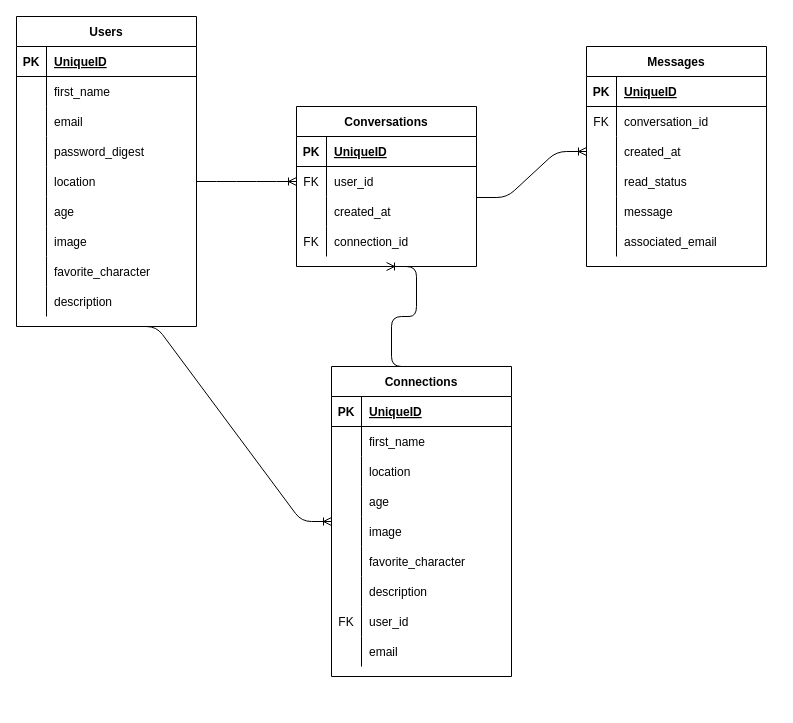
The draw.io diagram ERD.drawio in matt-draghi/mos-nerdley-cantina, before the edit. Source tidied: cells renumbered, new cells numbered last; positions are measured from the earlier drawing's top-left corner, leaving out a move shared by most shapes. Both pictures are drawn from the tidied source at 100%, with x=0, y=0 at pixel (16, 16).
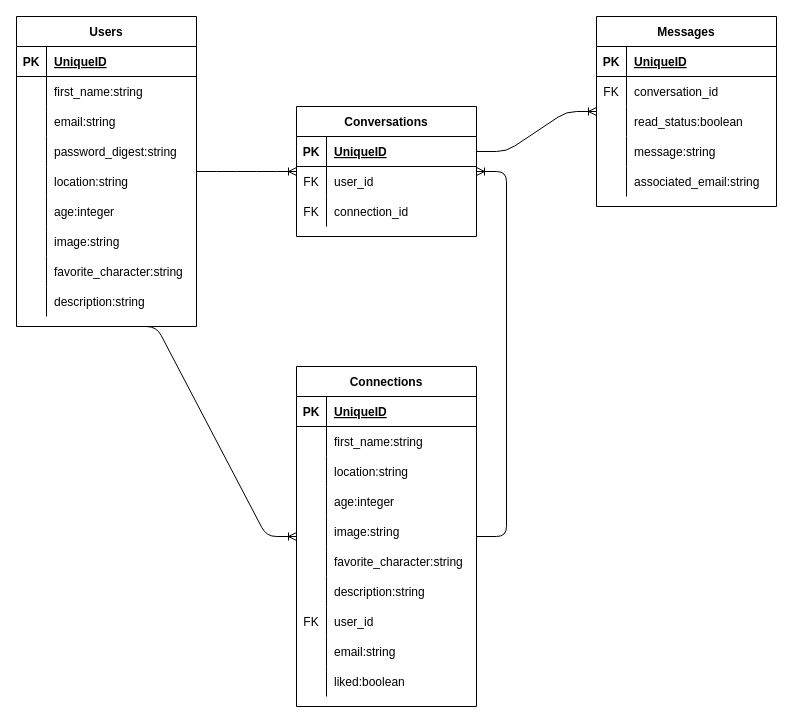
After the change.

Unchanged cells that the change refers to:
```xml
<mxCell id="2" value="Users" style="shape=table;startSize=30;childLayout=tableLayout;rowLines=0;fontStyle=1;align=center;" parent="1" vertex="1">
  <mxGeometry width="180" height="310" as="geometry" />
</mxCell>
<mxCell id="6" style="shape=partialRectangle;fillColor=none;top=0;left=0;bottom=0;right=0;" parent="2" vertex="1">
  <mxGeometry y="60" width="180" height="30" as="geometry" />
</mxCell>
<mxCell id="9" style="shape=partialRectangle;fillColor=none;top=0;left=0;bottom=0;right=0;" parent="2" vertex="1">
  <mxGeometry y="90" width="180" height="30" as="geometry" />
</mxCell>
<mxCell id="12" style="shape=partialRectangle;fillColor=none;top=0;left=0;bottom=0;right=0;" parent="2" vertex="1">
  <mxGeometry y="120" width="180" height="30" as="geometry" />
</mxCell>
<mxCell id="15" style="shape=partialRectangle;fillColor=none;top=0;left=0;bottom=0;right=0;points=[[0,0.5],[1,0.5]];portConstraint=eastwest;" parent="2" vertex="1">
  <mxGeometry y="150" width="180" height="30" as="geometry" />
</mxCell>
<mxCell id="18" style="shape=partialRectangle;fillColor=none;top=0;left=0;bottom=0;right=0;" parent="2" vertex="1">
  <mxGeometry y="180" width="180" height="30" as="geometry" />
</mxCell>
<mxCell id="21" style="shape=partialRectangle;fillColor=none;top=0;left=0;bottom=0;right=0;" parent="2" vertex="1">
  <mxGeometry y="210" width="180" height="30" as="geometry" />
</mxCell>
<mxCell id="24" style="shape=partialRectangle;fillColor=none;top=0;left=0;bottom=0;right=0;" parent="2" vertex="1">
  <mxGeometry y="240" width="180" height="30" as="geometry" />
</mxCell>
<mxCell id="27" style="shape=partialRectangle;fillColor=none;top=0;left=0;bottom=0;right=0;" parent="2" vertex="1">
  <mxGeometry y="270" width="180" height="30" as="geometry" />
</mxCell>
<mxCell id="53" style="shape=partialRectangle;fillColor=none;top=0;left=0;bottom=0;right=0;" parent="49" vertex="1">
  <mxGeometry y="60" width="180" height="30" as="geometry" />
</mxCell>
<mxCell id="56" style="shape=partialRectangle;fillColor=none;top=0;left=0;bottom=0;right=0;" parent="49" vertex="1">
  <mxGeometry y="90" width="180" height="30" as="geometry" />
</mxCell>
<mxCell id="59" style="shape=partialRectangle;fillColor=none;top=0;left=0;bottom=0;right=0;" parent="49" vertex="1">
  <mxGeometry y="120" width="180" height="30" as="geometry" />
</mxCell>
<mxCell id="62" style="shape=partialRectangle;fillColor=none;top=0;left=0;bottom=0;right=0;" parent="49" vertex="1">
  <mxGeometry y="150" width="180" height="30" as="geometry" />
</mxCell>
<mxCell id="65" style="shape=partialRectangle;fillColor=none;top=0;left=0;bottom=0;right=0;" parent="49" vertex="1">
  <mxGeometry y="180" width="180" height="30" as="geometry" />
</mxCell>
<mxCell id="68" style="shape=partialRectangle;fillColor=none;top=0;left=0;bottom=0;right=0;" parent="49" vertex="1">
  <mxGeometry y="210" width="180" height="30" as="geometry" />
</mxCell>
<mxCell id="74" style="shape=partialRectangle;fillColor=none;top=0;left=0;bottom=0;right=0;" parent="49" vertex="1">
  <mxGeometry y="270" width="180" height="30" as="geometry" />
</mxCell>
<mxCell id="81" style="shape=partialRectangle;fillColor=none;top=0;left=0;bottom=1;right=0;points=[[0,0.5],[1,0.5]];portConstraint=eastwest;" parent="80" vertex="1">
  <mxGeometry y="30" width="180" height="30" as="geometry" />
</mxCell>
```

What changed in the source:
```diff
@@
-    <mxCell id="8" value="first_name" style="shape=partialRectangle;fillColor=none;top=0;left=0;bottom=0;right=0;align=left;spacingLeft=6;overflow=hidden;" parent="6" vertex="1">
+    <mxCell id="8" value="first_name:string" style="shape=partialRectangle;fillColor=none;top=0;left=0;bottom=0;right=0;align=left;spacingLeft=6;overflow=hidden;" parent="6" vertex="1">
       <mxGeometry x="30" width="150" height="30" as="geometry" />
     </mxCell>
@@
-    <mxCell id="11" value="email" style="shape=partialRectangle;fillColor=none;top=0;left=0;bottom=0;right=0;align=left;spacingLeft=6;overflow=hidden;" parent="9" vertex="1">
+    <mxCell id="11" value="email:string" style="shape=partialRectangle;fillColor=none;top=0;left=0;bottom=0;right=0;align=left;spacingLeft=6;overflow=hidden;" parent="9" vertex="1">
       <mxGeometry x="30" width="150" height="30" as="geometry" />
     </mxCell>
@@
-    <mxCell id="14" value="password_digest" style="shape=partialRectangle;fillColor=none;top=0;left=0;bottom=0;right=0;align=left;spacingLeft=6;overflow=hidden;" parent="12" vertex="1">
+    <mxCell id="14" value="password_digest:string" style="shape=partialRectangle;fillColor=none;top=0;left=0;bottom=0;right=0;align=left;spacingLeft=6;overflow=hidden;" parent="12" vertex="1">
       <mxGeometry x="30" width="150" height="30" as="geometry" />
     </mxCell>
@@
-    <mxCell id="17" value="location" style="shape=partialRectangle;fillColor=none;top=0;left=0;bottom=0;right=0;align=left;spacingLeft=6;overflow=hidden;" parent="15" vertex="1">
+    <mxCell id="17" value="location:string" style="shape=partialRectangle;fillColor=none;top=0;left=0;bottom=0;right=0;align=left;spacingLeft=6;overflow=hidden;" parent="15" vertex="1">
       <mxGeometry x="30" width="150" height="30" as="geometry" />
     </mxCell>
@@
-    <mxCell id="20" value="age" style="shape=partialRectangle;fillColor=none;top=0;left=0;bottom=0;right=0;align=left;spacingLeft=6;overflow=hidden;" parent="18" vertex="1">
+    <mxCell id="20" value="age:integer" style="shape=partialRectangle;fillColor=none;top=0;left=0;bottom=0;right=0;align=left;spacingLeft=6;overflow=hidden;" parent="18" vertex="1">
       <mxGeometry x="30" width="150" height="30" as="geometry" />
     </mxCell>
@@
-    <mxCell id="23" value="image" style="shape=partialRectangle;fillColor=none;top=0;left=0;bottom=0;right=0;align=left;spacingLeft=6;overflow=hidden;" parent="21" vertex="1">
+    <mxCell id="23" value="image:string" style="shape=partialRectangle;fillColor=none;top=0;left=0;bottom=0;right=0;align=left;spacingLeft=6;overflow=hidden;" parent="21" vertex="1">
       <mxGeometry x="30" width="150" height="30" as="geometry" />
     </mxCell>
@@
-    <mxCell id="26" value="favorite_character" style="shape=partialRectangle;fillColor=none;top=0;left=0;bottom=0;right=0;align=left;spacingLeft=6;overflow=hidden;" parent="24" vertex="1">
+    <mxCell id="26" value="favorite_character:string" style="shape=partialRectangle;fillColor=none;top=0;left=0;bottom=0;right=0;align=left;spacingLeft=6;overflow=hidden;" parent="24" vertex="1">
       <mxGeometry x="30" width="150" height="30" as="geometry" />
     </mxCell>
@@
-    <mxCell id="29" value="description" style="shape=partialRectangle;fillColor=none;top=0;left=0;bottom=0;right=0;align=left;spacingLeft=6;overflow=hidden;" parent="27" vertex="1">
+    <mxCell id="29" value="description:string" style="shape=partialRectangle;fillColor=none;top=0;left=0;bottom=0;right=0;align=left;spacingLeft=6;overflow=hidden;" parent="27" vertex="1">
       <mxGeometry x="30" width="150" height="30" as="geometry" />
     </mxCell>
     <mxCell id="30" value="Messages" style="shape=table;startSize=30;childLayout=tableLayout;rowLines=0;fontStyle=1;align=center;" parent="1" vertex="1">
-      <mxGeometry x="570" y="30" width="180" height="220" as="geometry" />
+      <mxGeometry x="580" width="180" height="190" as="geometry" />
     </mxCell>
@@
-    <mxCell id="37" style="shape=partialRectangle;fillColor=none;top=0;left=0;bottom=0;right=0;points=[[0,0.5],[1,0.5]];portConstraint=eastwest;" parent="30" vertex="1">
-      <mxGeometry y="90" width="180" height="30" as="geometry" />
-    </mxCell>
-    <mxCell id="38" style="shape=partialRectangle;fillColor=none;top=0;left=0;bottom=0;right=0;overflow=hidden;" parent="37" vertex="1">
-      <mxGeometry width="30" height="30" as="geometry" />
-    </mxCell>
-    <mxCell id="39" value="created_at" style="shape=partialRectangle;fillColor=none;top=0;left=0;bottom=0;right=0;align=left;spacingLeft=6;overflow=hidden;" parent="37" vertex="1">
-      <mxGeometry x="30" width="150" height="30" as="geometry" />
-    </mxCell>
     <mxCell id="40" style="shape=partialRectangle;fillColor=none;top=0;left=0;bottom=0;right=0;" parent="30" vertex="1">
-      <mxGeometry y="120" width="180" height="30" as="geometry" />
+      <mxGeometry y="90" width="180" height="30" as="geometry" />
     </mxCell>
@@
-    <mxCell id="42" value="read_status" style="shape=partialRectangle;fillColor=none;top=0;left=0;bottom=0;right=0;align=left;spacingLeft=6;overflow=hidden;" parent="40" vertex="1">
+    <mxCell id="42" value="read_status:boolean" style="shape=partialRectangle;fillColor=none;top=0;left=0;bottom=0;right=0;align=left;spacingLeft=6;overflow=hidden;" parent="40" vertex="1">
       <mxGeometry x="30" width="150" height="30" as="geometry" />
     </mxCell>
     <mxCell id="43" style="shape=partialRectangle;fillColor=none;top=0;left=0;bottom=0;right=0;" parent="30" vertex="1">
-      <mxGeometry y="150" width="180" height="30" as="geometry" />
+      <mxGeometry y="120" width="180" height="30" as="geometry" />
     </mxCell>
@@
-    <mxCell id="45" value="message" style="shape=partialRectangle;fillColor=none;top=0;left=0;bottom=0;right=0;align=left;spacingLeft=6;overflow=hidden;" parent="43" vertex="1">
+    <mxCell id="45" value="message:string" style="shape=partialRectangle;fillColor=none;top=0;left=0;bottom=0;right=0;align=left;spacingLeft=6;overflow=hidden;" parent="43" vertex="1">
       <mxGeometry x="30" width="150" height="30" as="geometry" />
     </mxCell>
     <mxCell id="46" style="shape=partialRectangle;fillColor=none;top=0;left=0;bottom=0;right=0;" parent="30" vertex="1">
-      <mxGeometry y="180" width="180" height="30" as="geometry" />
+      <mxGeometry y="150" width="180" height="30" as="geometry" />
     </mxCell>
@@
-    <mxCell id="48" value="associated_email" style="shape=partialRectangle;fillColor=none;top=0;left=0;bottom=0;right=0;align=left;spacingLeft=6;overflow=hidden;" parent="46" vertex="1">
+    <mxCell id="48" value="associated_email:string" style="shape=partialRectangle;fillColor=none;top=0;left=0;bottom=0;right=0;align=left;spacingLeft=6;overflow=hidden;" parent="46" vertex="1">
       <mxGeometry x="30" width="150" height="30" as="geometry" />
     </mxCell>
     <mxCell id="49" value="Connections" style="shape=table;startSize=30;childLayout=tableLayout;rowLines=0;fontStyle=1;align=center;" parent="1" vertex="1">
-      <mxGeometry x="315" y="350" width="180" height="310" as="geometry" />
+      <mxGeometry x="280" y="350" width="180" height="340" as="geometry" />
     </mxCell>
@@
-    <mxCell id="55" value="first_name" style="shape=partialRectangle;fillColor=none;top=0;left=0;bottom=0;right=0;align=left;spacingLeft=6;overflow=hidden;" parent="53" vertex="1">
+    <mxCell id="55" value="first_name:string" style="shape=partialRectangle;fillColor=none;top=0;left=0;bottom=0;right=0;align=left;spacingLeft=6;overflow=hidden;" parent="53" vertex="1">
       <mxGeometry x="30" width="150" height="30" as="geometry" />
     </mxCell>
@@
-    <mxCell id="58" value="location" style="shape=partialRectangle;fillColor=none;top=0;left=0;bottom=0;right=0;align=left;spacingLeft=6;overflow=hidden;" parent="56" vertex="1">
+    <mxCell id="58" value="location:string" style="shape=partialRectangle;fillColor=none;top=0;left=0;bottom=0;right=0;align=left;spacingLeft=6;overflow=hidden;" parent="56" vertex="1">
       <mxGeometry x="30" width="150" height="30" as="geometry" />
     </mxCell>
@@
-    <mxCell id="61" value="age" style="shape=partialRectangle;fillColor=none;top=0;left=0;bottom=0;right=0;align=left;spacingLeft=6;overflow=hidden;" parent="59" vertex="1">
+    <mxCell id="61" value="age:integer" style="shape=partialRectangle;fillColor=none;top=0;left=0;bottom=0;right=0;align=left;spacingLeft=6;overflow=hidden;" parent="59" vertex="1">
       <mxGeometry x="30" width="150" height="30" as="geometry" />
     </mxCell>
@@
-    <mxCell id="64" value="image" style="shape=partialRectangle;fillColor=none;top=0;left=0;bottom=0;right=0;align=left;spacingLeft=6;overflow=hidden;" parent="62" vertex="1">
+    <mxCell id="64" value="image:string" style="shape=partialRectangle;fillColor=none;top=0;left=0;bottom=0;right=0;align=left;spacingLeft=6;overflow=hidden;" parent="62" vertex="1">
       <mxGeometry x="30" width="150" height="30" as="geometry" />
     </mxCell>
@@
-    <mxCell id="67" value="favorite_character" style="shape=partialRectangle;fillColor=none;top=0;left=0;bottom=0;right=0;align=left;spacingLeft=6;overflow=hidden;" parent="65" vertex="1">
+    <mxCell id="67" value="favorite_character:string" style="shape=partialRectangle;fillColor=none;top=0;left=0;bottom=0;right=0;align=left;spacingLeft=6;overflow=hidden;" parent="65" vertex="1">
       <mxGeometry x="30" width="150" height="30" as="geometry" />
     </mxCell>
@@
-    <mxCell id="70" value="description" style="shape=partialRectangle;fillColor=none;top=0;left=0;bottom=0;right=0;align=left;spacingLeft=6;overflow=hidden;" parent="68" vertex="1">
+    <mxCell id="70" value="description:string" style="shape=partialRectangle;fillColor=none;top=0;left=0;bottom=0;right=0;align=left;spacingLeft=6;overflow=hidden;" parent="68" vertex="1">
       <mxGeometry x="30" width="150" height="30" as="geometry" />
     </mxCell>
@@
-    <mxCell id="76" value="email" style="shape=partialRectangle;fillColor=none;top=0;left=0;bottom=0;right=0;align=left;spacingLeft=6;overflow=hidden;" parent="74" vertex="1">
+    <mxCell id="76" value="email:string" style="shape=partialRectangle;fillColor=none;top=0;left=0;bottom=0;right=0;align=left;spacingLeft=6;overflow=hidden;" parent="74" vertex="1">
       <mxGeometry x="30" width="150" height="30" as="geometry" />
     </mxCell>
+    <mxCell id="94" style="shape=partialRectangle;fillColor=none;top=0;left=0;bottom=0;right=0;" parent="49" vertex="1">
+      <mxGeometry y="300" width="180" height="30" as="geometry" />
+    </mxCell>
+    <mxCell id="95" style="shape=partialRectangle;fillColor=none;top=0;left=0;bottom=0;right=0;overflow=hidden;" parent="94" vertex="1">
+      <mxGeometry width="30" height="30" as="geometry" />
+    </mxCell>
+    <mxCell id="96" value="liked:boolean" style="shape=partialRectangle;fillColor=none;top=0;left=0;bottom=0;right=0;align=left;spacingLeft=6;overflow=hidden;" parent="94" vertex="1">
+      <mxGeometry x="30" width="150" height="30" as="geometry" />
+    </mxCell>
-    <mxCell id="77" style="edgeStyle=entityRelationEdgeStyle;fontSize=12;html=1;endArrow=ERoneToMany;exitX=1;exitY=0.5;exitDx=0;exitDy=0;entryX=0;entryY=0.5;entryDx=0;entryDy=0;" parent="1" edge="1" source="15">
-      <mxGeometry relative="1" as="geometry">
-        <mxPoint x="280" y="165" as="targetPoint" />
-      </mxGeometry>
+    <mxCell id="77" style="edgeStyle=entityRelationEdgeStyle;fontSize=12;html=1;endArrow=ERoneToMany;" parent="1" edge="1" source="2" target="80">
+      <mxGeometry relative="1" as="geometry" />
     </mxCell>
@@
-    <mxCell id="79" style="edgeStyle=entityRelationEdgeStyle;fontSize=12;html=1;endArrow=ERoneToMany;exitX=0.5;exitY=0;exitDx=0;exitDy=0;entryX=0.5;entryY=1;entryDx=0;entryDy=0;" parent="1" edge="1" source="49" target="80">
+    <mxCell id="79" style="edgeStyle=entityRelationEdgeStyle;fontSize=12;html=1;endArrow=ERoneToMany;" parent="1" edge="1" source="49" target="80">
       <mxGeometry relative="1" as="geometry" />
     </mxCell>
     <mxCell id="80" value="Conversations" style="shape=table;startSize=30;childLayout=tableLayout;rowLines=0;fontStyle=1;align=center;" parent="1" vertex="1">
-      <mxGeometry x="280" y="90" width="180" height="160" as="geometry" />
+      <mxGeometry x="280" y="90" width="180" height="130" as="geometry" />
     </mxCell>
@@
-    <mxCell id="87" style="shape=partialRectangle;fillColor=none;top=0;left=0;bottom=0;right=0;points=[[0,0.5],[1,0.5]];portConstraint=eastwest;" parent="80" vertex="1">
-      <mxGeometry y="90" width="180" height="30" as="geometry" />
-    </mxCell>
-    <mxCell id="88" style="shape=partialRectangle;fillColor=none;top=0;left=0;bottom=0;right=0;overflow=hidden;" parent="87" vertex="1">
-      <mxGeometry width="30" height="30" as="geometry" />
-    </mxCell>
-    <mxCell id="89" value="created_at" style="shape=partialRectangle;fillColor=none;top=0;left=0;bottom=0;right=0;align=left;spacingLeft=6;overflow=hidden;" parent="87" vertex="1">
-      <mxGeometry x="30" width="150" height="30" as="geometry" />
-    </mxCell>
     <mxCell id="90" style="shape=partialRectangle;fillColor=none;top=0;left=0;bottom=0;right=0;" parent="80" vertex="1">
-      <mxGeometry y="120" width="180" height="30" as="geometry" />
+      <mxGeometry y="90" width="180" height="30" as="geometry" />
     </mxCell>
@@
-    <mxCell id="93" style="edgeStyle=entityRelationEdgeStyle;fontSize=12;html=1;endArrow=ERoneToMany;exitX=1.002;exitY=0.033;exitDx=0;exitDy=0;exitPerimeter=0;entryX=0;entryY=0.5;entryDx=0;entryDy=0;" parent="1" edge="1" source="87" target="37">
+    <mxCell id="93" style="edgeStyle=entityRelationEdgeStyle;fontSize=12;html=1;endArrow=ERoneToMany;exitX=1;exitY=0.5;exitDx=0;exitDy=0;" parent="1" edge="1" source="81" target="30">
       <mxGeometry relative="1" as="geometry" />
     </mxCell>
```
